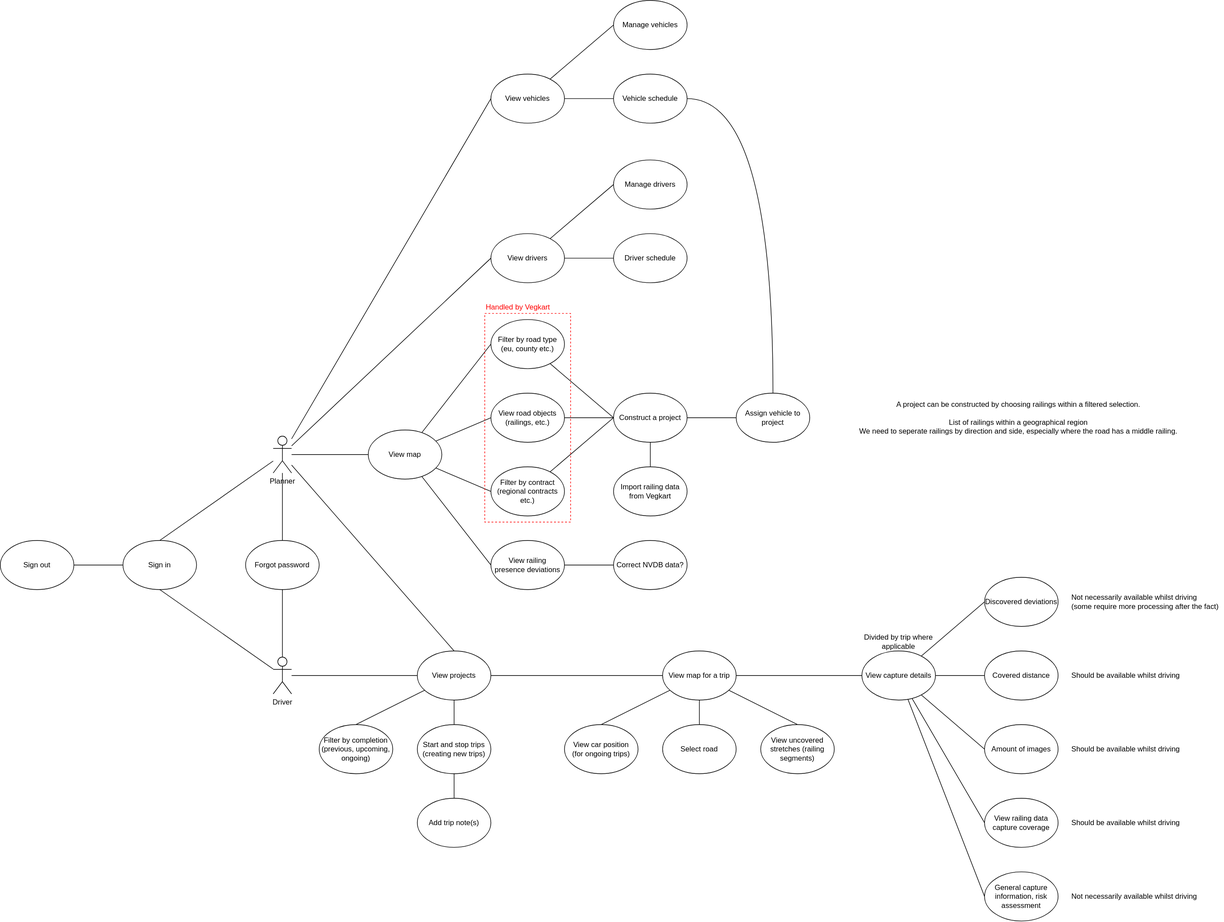
Before: docs/diagrams/use-cases.drawio.svg, a diagram exported from draw.io (triosnok/isi-planning-tool). Source tidied: cells renumbered, new cells last; positions are measured from the earlier drawing's top-left corner, leaving out a move shared by most shapes.
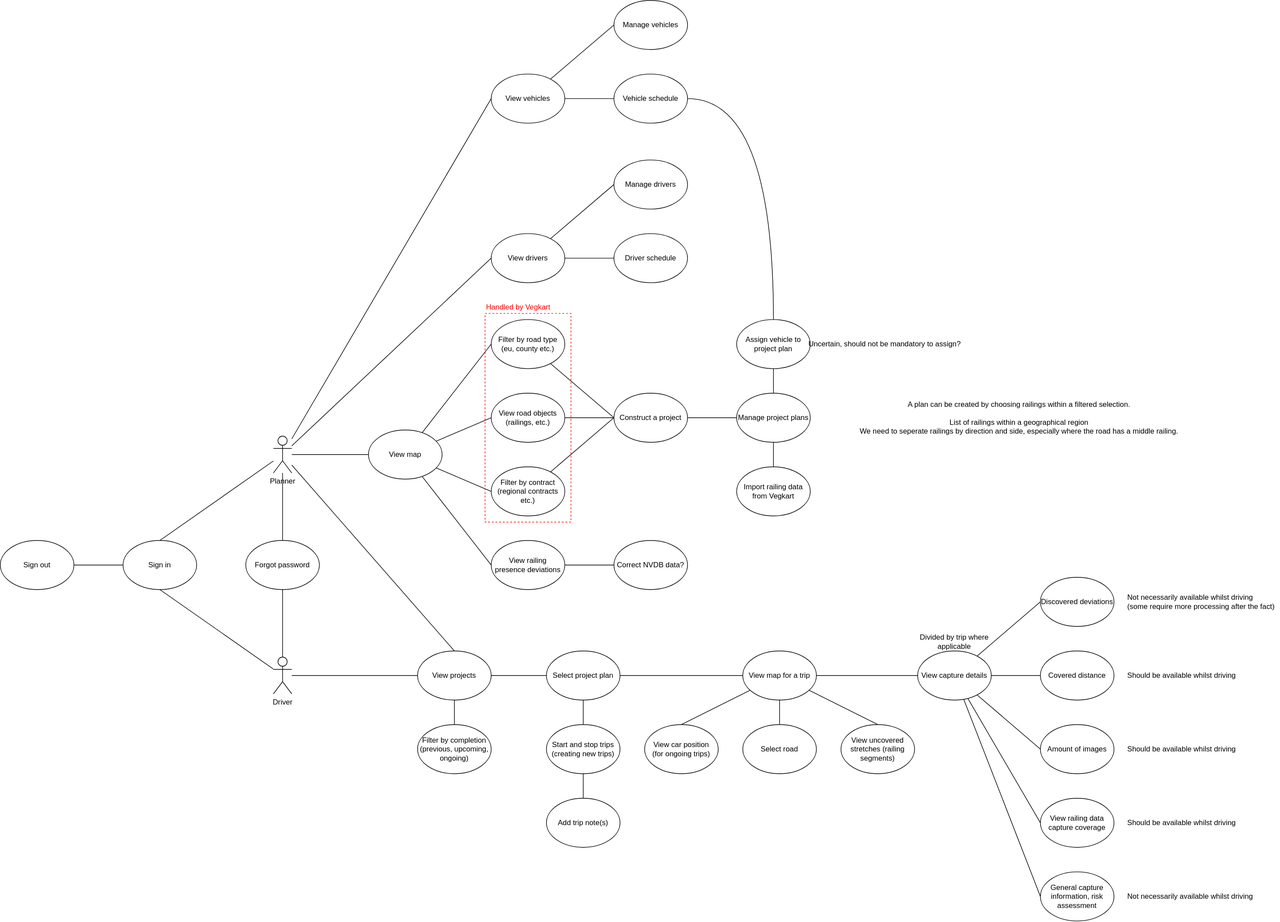
After the change.

Commit message:
docs: B24-64 add concept of multiple project plans

What changed in the source:
```diff
@@ -5,9 +5,6 @@
     <mxCell id="2" style="edgeStyle=none;html=1;entryX=0.5;entryY=1;entryDx=0;entryDy=0;endArrow=none;endFill=0;" parent="1" edge="1" source="5" target="14">
       <mxGeometry relative="1" as="geometry" />
     </mxCell>
-    <mxCell id="3" style="edgeStyle=none;html=1;endArrow=none;endFill=0;startArrow=none;exitX=1;exitY=0.5;exitDx=0;exitDy=0;" parent="1" edge="1" source="67" target="34">
-      <mxGeometry relative="1" as="geometry" />
-    </mxCell>
     <mxCell id="4" style="edgeStyle=none;html=1;entryX=0.5;entryY=1;entryDx=0;entryDy=0;endArrow=none;endFill=0;" parent="1" edge="1" source="5" target="48">
       <mxGeometry relative="1" as="geometry" />
     </mxCell>
@@ -99,7 +96,7 @@
       <mxGeometry relative="1" as="geometry" />
     </mxCell>
     <mxCell id="34" value="View map for a trip" style="ellipse;whiteSpace=wrap;html=1;" parent="1" vertex="1">
-      <mxGeometry x="1080" y="1060" width="120" height="80" as="geometry" />
+      <mxGeometry x="1210" y="1060" width="120" height="80" as="geometry" />
     </mxCell>
     <mxCell id="35" style="edgeStyle=none;html=1;endArrow=none;endFill=0;entryX=0;entryY=0.5;entryDx=0;entryDy=0;" parent="1" edge="1" source="40" target="42">
       <mxGeometry relative="1" as="geometry" />
@@ -117,17 +114,14 @@
       <mxGeometry relative="1" as="geometry" />
     </mxCell>
     <mxCell id="40" value="View capture details" style="ellipse;whiteSpace=wrap;html=1;" parent="1" vertex="1">
-      <mxGeometry x="1405" y="1060" width="120" height="80" as="geometry" />
+      <mxGeometry x="1495" y="1060" width="120" height="80" as="geometry" />
     </mxCell>
     <mxCell id="41" value="View railing data capture coverage" style="ellipse;whiteSpace=wrap;html=1;" parent="1" vertex="1">
-      <mxGeometry x="1605" y="1300" width="120" height="80" as="geometry" />
+      <mxGeometry x="1695" y="1300" width="120" height="80" as="geometry" />
     </mxCell>
     <mxCell id="42" value="Amount of images" style="ellipse;whiteSpace=wrap;html=1;" parent="1" vertex="1">
-      <mxGeometry x="1605" y="1180" width="120" height="80" as="geometry" />
+      <mxGeometry x="1695" y="1180" width="120" height="80" as="geometry" />
     </mxCell>
-    <mxCell id="43" style="edgeStyle=none;html=1;endArrow=none;endFill=0;entryX=0;entryY=0.5;entryDx=0;entryDy=0;" parent="1" edge="1" source="46" target="47">
-      <mxGeometry relative="1" as="geometry" />
-    </mxCell>
     <mxCell id="44" style="edgeStyle=orthogonalEdgeStyle;html=1;entryX=1;entryY=0.5;entryDx=0;entryDy=0;endArrow=none;endFill=0;elbow=vertical;curved=1;exitX=0.5;exitY=0;exitDx=0;exitDy=0;" parent="1" edge="1" source="47" target="61">
       <mxGeometry relative="1" as="geometry">
         <Array as="points">
@@ -135,32 +129,35 @@
         </Array>
       </mxGeometry>
     </mxCell>
-    <mxCell id="45" style="edgeStyle=none;html=1;entryX=0.5;entryY=0;entryDx=0;entryDy=0;fontColor=#FF0000;endArrow=none;endFill=0;" parent="1" edge="1" source="46" target="76">
+    <mxCell id="45" style="edgeStyle=none;html=1;entryX=0.5;entryY=0;entryDx=0;entryDy=0;fontColor=#FF0000;endArrow=none;endFill=0;exitX=0.5;exitY=1;exitDx=0;exitDy=0;" parent="1" edge="1" source="86" target="76">
       <mxGeometry relative="1" as="geometry" />
     </mxCell>
+    <mxCell id="83" style="edgeStyle=none;html=1;entryX=0;entryY=0.5;entryDx=0;entryDy=0;endArrow=none;endFill=0;" parent="1" edge="1" source="46" target="86">
+      <mxGeometry relative="1" as="geometry" />
+    </mxCell>
     <mxCell id="46" value="Construct a project" style="ellipse;whiteSpace=wrap;html=1;" parent="1" vertex="1">
       <mxGeometry x="1000" y="640" width="120" height="80" as="geometry" />
     </mxCell>
-    <mxCell id="47" value="Assign vehicle to project" style="ellipse;whiteSpace=wrap;html=1;" parent="1" vertex="1">
-      <mxGeometry x="1200" y="640" width="120" height="80" as="geometry" />
+    <mxCell id="47" value="Assign vehicle to project plan" style="ellipse;whiteSpace=wrap;html=1;" parent="1" vertex="1">
+      <mxGeometry x="1200" y="520" width="120" height="80" as="geometry" />
     </mxCell>
     <mxCell id="48" value="Forgot password" style="ellipse;whiteSpace=wrap;html=1;" parent="1" vertex="1">
       <mxGeometry x="400" y="880" width="120" height="80" as="geometry" />
     </mxCell>
-    <mxCell id="49" value="A project can be constructed by choosing railings within a filtered selection.&lt;br&gt;&lt;br&gt;List of railings within a geographical region&lt;br&gt;We need to seperate railings by direction and side, especially where the road has a middle railing." style="text;html=1;align=center;verticalAlign=middle;strokeColor=none;fillColor=none;" parent="1" vertex="1">
+    <mxCell id="49" value="A plan can be created by choosing railings within a filtered selection.&lt;br&gt;&lt;br&gt;List of railings within a geographical region&lt;br&gt;We need to seperate railings by direction and side, especially where the road has a middle railing." style="text;html=1;align=center;verticalAlign=middle;strokeColor=none;fillColor=none;" parent="1" vertex="1">
       <mxGeometry x="1390" y="645" width="540" height="70" as="geometry" />
     </mxCell>
     <mxCell id="50" value="Covered distance" style="ellipse;whiteSpace=wrap;html=1;" parent="1" vertex="1">
-      <mxGeometry x="1605" y="1060" width="120" height="80" as="geometry" />
+      <mxGeometry x="1695" y="1060" width="120" height="80" as="geometry" />
     </mxCell>
     <mxCell id="51" value="Divided by trip where applicable" style="text;html=1;strokeColor=none;fillColor=none;align=center;verticalAlign=middle;whiteSpace=wrap;rounded=0;" parent="1" vertex="1">
-      <mxGeometry x="1400" y="1030" width="130" height="30" as="geometry" />
+      <mxGeometry x="1490" y="1030" width="130" height="30" as="geometry" />
     </mxCell>
     <mxCell id="52" value="Discovered deviations" style="ellipse;whiteSpace=wrap;html=1;" parent="1" vertex="1">
-      <mxGeometry x="1605" y="940" width="120" height="80" as="geometry" />
+      <mxGeometry x="1695" y="940" width="120" height="80" as="geometry" />
     </mxCell>
     <mxCell id="53" value="View car position&lt;br&gt;(for ongoing trips)" style="ellipse;whiteSpace=wrap;html=1;" parent="1" vertex="1">
-      <mxGeometry x="920" y="1180" width="120" height="80" as="geometry" />
+      <mxGeometry x="1050" y="1180" width="120" height="80" as="geometry" />
     </mxCell>
     <mxCell id="54" style="edgeStyle=none;html=1;entryX=0;entryY=0.5;entryDx=0;entryDy=0;endArrow=none;endFill=0;" parent="1" edge="1" source="56" target="57">
       <mxGeometry relative="1" as="geometry" />
@@ -198,26 +195,29 @@
     <mxCell id="65" style="html=1;entryX=0.5;entryY=0;entryDx=0;entryDy=0;endArrow=none;endFill=0;elbow=vertical;" parent="1" edge="1" source="67" target="68">
       <mxGeometry relative="1" as="geometry" />
     </mxCell>
-    <mxCell id="66" style="edgeStyle=none;html=1;entryX=0.5;entryY=0;entryDx=0;entryDy=0;endArrow=none;endFill=0;elbow=vertical;" parent="1" edge="1" source="67" target="71">
+    <mxCell id="66" style="edgeStyle=none;html=1;entryX=0.5;entryY=0;entryDx=0;entryDy=0;endArrow=none;endFill=0;elbow=vertical;startArrow=none;" parent="1" edge="1" source="88" target="71">
       <mxGeometry relative="1" as="geometry" />
     </mxCell>
+    <mxCell id="84" style="edgeStyle=none;html=1;entryX=0;entryY=0.5;entryDx=0;entryDy=0;endArrow=none;endFill=0;" parent="1" edge="1" source="67" target="88">
+      <mxGeometry relative="1" as="geometry" />
+    </mxCell>
     <mxCell id="67" value="View projects" style="ellipse;whiteSpace=wrap;html=1;" parent="1" vertex="1">
       <mxGeometry x="680" y="1060" width="120" height="80" as="geometry" />
     </mxCell>
     <mxCell id="68" value="Filter by completion&lt;br&gt;(previous, upcoming, ongoing)" style="ellipse;whiteSpace=wrap;html=1;" parent="1" vertex="1">
-      <mxGeometry x="520" y="1180" width="120" height="80" as="geometry" />
+      <mxGeometry x="680" y="1180" width="120" height="80" as="geometry" />
     </mxCell>
     <mxCell id="69" value="Add trip note(s)" style="ellipse;whiteSpace=wrap;html=1;" parent="1" vertex="1">
-      <mxGeometry x="680" y="1300" width="120" height="80" as="geometry" />
+      <mxGeometry x="890" y="1300" width="120" height="80" as="geometry" />
     </mxCell>
     <mxCell id="70" style="edgeStyle=none;html=1;entryX=0.5;entryY=0;entryDx=0;entryDy=0;endArrow=none;endFill=0;elbow=vertical;" parent="1" edge="1" source="71" target="69">
       <mxGeometry relative="1" as="geometry" />
     </mxCell>
     <mxCell id="71" value="Start and stop trips&lt;br&gt;(creating new trips)" style="ellipse;whiteSpace=wrap;html=1;" parent="1" vertex="1">
-      <mxGeometry x="680" y="1180" width="120" height="80" as="geometry" />
+      <mxGeometry x="890" y="1180" width="120" height="80" as="geometry" />
     </mxCell>
     <mxCell id="72" value="General capture information, risk assessment" style="ellipse;whiteSpace=wrap;html=1;" parent="1" vertex="1">
-      <mxGeometry x="1605" y="1420" width="120" height="80" as="geometry" />
+      <mxGeometry x="1695" y="1420" width="120" height="80" as="geometry" />
     </mxCell>
     <mxCell id="73" style="rounded=0;whiteSpace=wrap;html=1;fillColor=none;dashed=1;strokeColor=#FF0000;" parent="1" vertex="1">
       <mxGeometry x="790" y="510" width="140" height="340" as="geometry" />
@@ -226,28 +226,43 @@
       <mxGeometry x="790" y="490" width="110" height="20" as="geometry" />
     </mxCell>
     <mxCell id="75" value="View uncovered stretches (railing segments)" style="ellipse;whiteSpace=wrap;html=1;" parent="1" vertex="1">
-      <mxGeometry x="1240" y="1180" width="120" height="80" as="geometry" />
+      <mxGeometry x="1370" y="1180" width="120" height="80" as="geometry" />
     </mxCell>
     <mxCell id="76" value="Import railing data from Vegkart" style="ellipse;whiteSpace=wrap;html=1;" parent="1" vertex="1">
-      <mxGeometry x="1000" y="760" width="120" height="80" as="geometry" />
+      <mxGeometry x="1200" y="760" width="120" height="80" as="geometry" />
     </mxCell>
     <mxCell id="77" value="Should be available whilst driving" style="text;html=1;align=left;verticalAlign=middle;whiteSpace=wrap;rounded=0;dashed=1;" parent="1" vertex="1">
-      <mxGeometry x="1745" y="1205" width="190" height="30" as="geometry" />
+      <mxGeometry x="1835" y="1205" width="190" height="30" as="geometry" />
     </mxCell>
     <mxCell id="78" value="Not necessarily available whilst driving &lt;br&gt;(some require more processing after the fact)" style="text;html=1;align=left;verticalAlign=middle;whiteSpace=wrap;rounded=0;dashed=1;" parent="1" vertex="1">
-      <mxGeometry x="1745" y="965" width="250" height="30" as="geometry" />
+      <mxGeometry x="1835" y="965" width="250" height="30" as="geometry" />
     </mxCell>
     <mxCell id="79" value="Should be available whilst driving" style="text;html=1;align=left;verticalAlign=middle;whiteSpace=wrap;rounded=0;dashed=1;" parent="1" vertex="1">
-      <mxGeometry x="1745" y="1085" width="190" height="30" as="geometry" />
+      <mxGeometry x="1835" y="1085" width="190" height="30" as="geometry" />
     </mxCell>
     <mxCell id="80" value="Should be available whilst driving" style="text;html=1;align=left;verticalAlign=middle;whiteSpace=wrap;rounded=0;dashed=1;" parent="1" vertex="1">
-      <mxGeometry x="1745" y="1325" width="190" height="30" as="geometry" />
+      <mxGeometry x="1835" y="1325" width="190" height="30" as="geometry" />
     </mxCell>
     <mxCell id="81" value="Not necessarily available whilst driving" style="text;html=1;align=left;verticalAlign=middle;whiteSpace=wrap;rounded=0;dashed=1;" parent="1" vertex="1">
-      <mxGeometry x="1745" y="1445" width="210" height="30" as="geometry" />
+      <mxGeometry x="1835" y="1445" width="210" height="30" as="geometry" />
     </mxCell>
     <mxCell id="82" value="Select road" style="ellipse;whiteSpace=wrap;html=1;" parent="1" vertex="1">
-      <mxGeometry x="1080" y="1180" width="120" height="80" as="geometry" />
+      <mxGeometry x="1210" y="1180" width="120" height="80" as="geometry" />
     </mxCell>
+    <mxCell id="85" style="edgeStyle=none;html=1;endArrow=none;endFill=0;" parent="1" edge="1" source="86" target="47">
+      <mxGeometry relative="1" as="geometry" />
+    </mxCell>
+    <mxCell id="86" value="Manage project plans" style="ellipse;whiteSpace=wrap;html=1;" parent="1" vertex="1">
+      <mxGeometry x="1200" y="640" width="120" height="80" as="geometry" />
+    </mxCell>
+    <mxCell id="87" style="edgeStyle=none;html=1;entryX=0;entryY=0.5;entryDx=0;entryDy=0;endArrow=none;endFill=0;" parent="1" edge="1" source="88" target="34">
+      <mxGeometry relative="1" as="geometry" />
+    </mxCell>
+    <mxCell id="88" value="Select project plan" style="ellipse;whiteSpace=wrap;html=1;" parent="1" vertex="1">
+      <mxGeometry x="890" y="1060" width="120" height="80" as="geometry" />
+    </mxCell>
+    <mxCell id="89" value="Uncertain, should not be mandatory to assign?" style="text;html=1;align=center;verticalAlign=middle;strokeColor=none;fillColor=none;" parent="1" vertex="1">
+      <mxGeometry x="1306" y="545" width="270" height="30" as="geometry" />
+    </mxCell>
   </root>
 </mxGraphModel>
```
